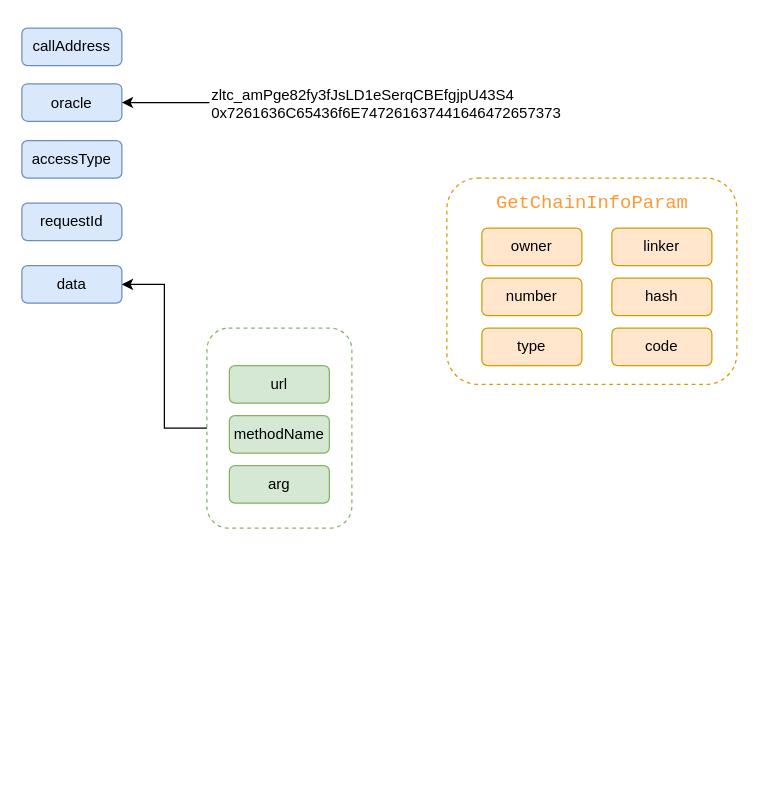
CamilleZxt/asset keeps this draw.io diagram as 预言机方案跨链协议.drawio. Above is the earlier version. Source tidied: cells renumbered, new cells numbered last; positions are measured from the earlier drawing's top-left corner, leaving out a move shared by most shapes. Both pictures are drawn from the tidied source at 125%, with x=0, y=0 at pixel (21, 28).
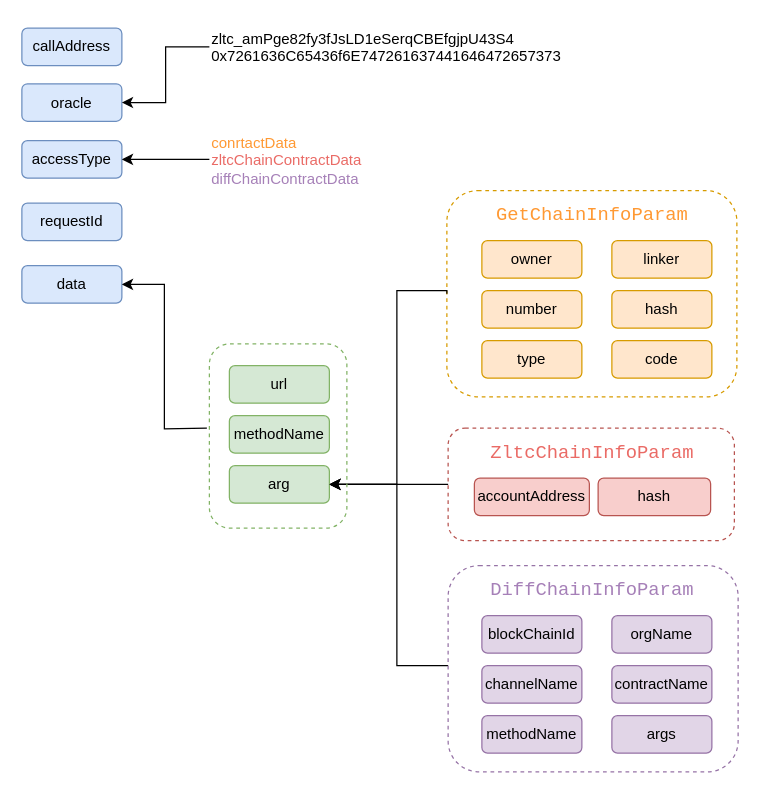
Above is the later version.

Commit message (it also covers changes not shown here):
更新预言机方案跨链协议.drawio

The change refers to these unchanged cells:
```xml
<mxCell id="4" value="&lt;span style=&quot;text-align: left;&quot;&gt;accessType&lt;/span&gt;" style="rounded=1;whiteSpace=wrap;html=1;labelBackgroundColor=none;fillColor=#dae8fc;strokeColor=#6c8ebf;" parent="1" vertex="1">
  <mxGeometry y="90" width="80" height="30" as="geometry" />
</mxCell>
<mxCell id="6" value="&lt;span style=&quot;text-align: left;&quot;&gt;data&lt;/span&gt;" style="rounded=1;whiteSpace=wrap;html=1;labelBackgroundColor=none;fillColor=#dae8fc;strokeColor=#6c8ebf;" parent="1" vertex="1">
  <mxGeometry y="190" width="80" height="30" as="geometry" />
</mxCell>
<mxCell id="19" style="rounded=1;whiteSpace=wrap;html=1;labelBackgroundColor=none;dashed=1;strokeColor=#d79b00;fillColor=none;" parent="16" vertex="1">
  <mxGeometry y="10" width="232" height="165" as="geometry" />
</mxCell>
```

What changed in the source:
```diff
@@
     <mxCell id="8" value="zltc_amPge82fy3fJsLD1eSerqCBEfgjpU43S4&lt;br&gt;0x7261636C65436f6E747261637441646472657373" style="text;whiteSpace=wrap;html=1;fontColor=default;" parent="1" vertex="1">
-      <mxGeometry x="150" y="39.5" width="280" height="40" as="geometry" />
+      <mxGeometry x="150" y="-5" width="280" height="40" as="geometry" />
     </mxCell>
-    <mxCell id="9" style="group;" parent="1" vertex="1">
-      <mxGeometry x="150" y="240" width="116" height="160" as="geometry" />
-    </mxCell>
-    <mxCell id="10" value="&lt;span style=&quot;text-align: left;&quot;&gt;url&lt;/span&gt;" style="rounded=1;whiteSpace=wrap;html=1;labelBackgroundColor=none;fillColor=#d5e8d4;strokeColor=#82b366;" parent="9" vertex="1">
-      <mxGeometry x="16" y="30" width="80" height="30" as="geometry" />
-    </mxCell>
-    <mxCell id="11" value="&lt;span style=&quot;text-align: left;&quot;&gt;methodName&lt;/span&gt;" style="rounded=1;whiteSpace=wrap;html=1;labelBackgroundColor=none;fillColor=#d5e8d4;strokeColor=#82b366;" parent="9" vertex="1">
-      <mxGeometry x="16" y="70" width="80" height="30" as="geometry" />
-    </mxCell>
-    <mxCell id="12" value="&lt;span style=&quot;text-align: left;&quot;&gt;arg&lt;/span&gt;" style="rounded=1;whiteSpace=wrap;html=1;labelBackgroundColor=none;fillColor=#d5e8d4;strokeColor=#82b366;" parent="9" vertex="1">
-      <mxGeometry x="16" y="110" width="80" height="30" as="geometry" />
-    </mxCell>
-    <mxCell id="13" style="rounded=1;whiteSpace=wrap;html=1;labelBackgroundColor=none;dashed=1;strokeColor=#82B366;fillColor=none;" parent="9" vertex="1">
-      <mxGeometry x="-2" width="116" height="160" as="geometry" />
-    </mxCell>
-    <mxCell id="14" style="edgeStyle=orthogonalEdgeStyle;rounded=0;jettySize=auto;html=1;entryX=1;entryY=0.5;entryDx=0;entryDy=0;fontColor=default;" parent="1" edge="1" source="13" target="6">
-      <mxGeometry relative="1" as="geometry" />
+    <mxCell id="14" style="edgeStyle=orthogonalEdgeStyle;rounded=0;jettySize=auto;html=1;entryX=1;entryY=0.5;entryDx=0;entryDy=0;fontColor=default;" parent="1" edge="1" target="6">
+      <mxGeometry relative="1" as="geometry">
+        <mxPoint x="148" y="320" as="sourcePoint" />
+      </mxGeometry>
     </mxCell>
     <mxCell id="15" value="&lt;pre style=&quot;background-color:#2b2b2b;color:#a9b7c6;font-family:'Consolas',monospace;font-size:11.3pt;&quot;&gt;&lt;br&gt;&lt;/pre&gt;" style="text;whiteSpace=wrap;html=1;fontColor=default;" parent="1" vertex="1">
-      <mxGeometry x="328" y="130" width="112" height="50" as="geometry" />
+      <mxGeometry x="328" y="170" width="112" height="50" as="geometry" />
     </mxCell>
     <mxCell id="16" style="group;" parent="1" vertex="1">
-      <mxGeometry x="340" y="110" width="232" height="175" as="geometry" />
+      <mxGeometry x="340" y="120" width="232" height="175" as="geometry" />
     </mxCell>
@@
+    <mxCell id="25" style="edgeStyle=orthogonalEdgeStyle;rounded=0;jettySize=auto;html=1;exitX=0;exitY=0.5;exitDx=0;exitDy=0;fontColor=#000000;entryX=1;entryY=0.5;entryDx=0;entryDy=0;" parent="1" edge="1" source="19" target="12">
+      <mxGeometry relative="1" as="geometry">
+        <Array as="points">
+          <mxPoint x="340" y="210" />
+          <mxPoint x="300" y="210" />
+          <mxPoint x="300" y="365" />
+        </Array>
+      </mxGeometry>
+    </mxCell>
+    <mxCell id="10" value="&lt;span style=&quot;text-align: left;&quot;&gt;url&lt;/span&gt;" style="rounded=1;whiteSpace=wrap;html=1;labelBackgroundColor=none;fillColor=#d5e8d4;strokeColor=#82b366;" parent="1" vertex="1">
+      <mxGeometry x="166" y="270" width="80" height="30" as="geometry" />
+    </mxCell>
+    <mxCell id="11" value="&lt;span style=&quot;text-align: left;&quot;&gt;methodName&lt;/span&gt;" style="rounded=1;whiteSpace=wrap;html=1;labelBackgroundColor=none;fillColor=#d5e8d4;strokeColor=#82b366;" parent="1" vertex="1">
+      <mxGeometry x="166" y="310" width="80" height="30" as="geometry" />
+    </mxCell>
+    <mxCell id="12" value="&lt;span style=&quot;text-align: left;&quot;&gt;arg&lt;/span&gt;" style="rounded=1;whiteSpace=wrap;html=1;labelBackgroundColor=none;fillColor=#d5e8d4;strokeColor=#82b366;" parent="1" vertex="1">
+      <mxGeometry x="166" y="350" width="80" height="30" as="geometry" />
+    </mxCell>
+    <mxCell id="26" style="edgeStyle=orthogonalEdgeStyle;rounded=0;jettySize=auto;html=1;entryX=1;entryY=0.5;entryDx=0;entryDy=0;fontColor=#EA6B66;" parent="1" edge="1" source="36" target="12">
+      <mxGeometry relative="1" as="geometry">
+        <Array as="points">
+          <mxPoint x="300" y="510" />
+          <mxPoint x="300" y="365" />
+        </Array>
+      </mxGeometry>
+    </mxCell>
+    <mxCell id="27" style="group;" parent="1" vertex="1">
+      <mxGeometry x="341" y="310" width="229" height="100" as="geometry" />
+    </mxCell>
+    <mxCell id="28" value="&lt;span style=&quot;text-align: left;&quot;&gt;accountAddress&lt;/span&gt;" style="rounded=1;whiteSpace=wrap;html=1;labelBackgroundColor=none;fillColor=#f8cecc;strokeColor=#b85450;" parent="27" vertex="1">
+      <mxGeometry x="21" y="50" width="92" height="30" as="geometry" />
+    </mxCell>
+    <mxCell id="29" value="&lt;pre style=&quot;font-family: Consolas, monospace; font-size: 11.3pt;&quot;&gt;&lt;pre style=&quot;font-family: Consolas, monospace; font-size: 11.3pt;&quot;&gt;&lt;font style=&quot;&quot; color=&quot;#ea6b66&quot;&gt;ZltcChainInfoParam&lt;/font&gt;&lt;/pre&gt;&lt;/pre&gt;" style="text;html=1;align=center;verticalAlign=middle;strokeColor=none;fillColor=none;dashed=1;labelBackgroundColor=none;" parent="27" vertex="1">
+      <mxGeometry x="30" width="170" height="60" as="geometry" />
+    </mxCell>
+    <mxCell id="30" value="&lt;div style=&quot;text-align: left;&quot;&gt;hash&lt;/div&gt;" style="rounded=1;whiteSpace=wrap;html=1;labelBackgroundColor=none;fillColor=#f8cecc;strokeColor=#b85450;" parent="27" vertex="1">
+      <mxGeometry x="120" y="50" width="90" height="30" as="geometry" />
+    </mxCell>
+    <mxCell id="31" style="rounded=1;whiteSpace=wrap;html=1;dashed=1;labelBackgroundColor=none;strokeColor=#b85450;fillColor=none;" parent="27" vertex="1">
+      <mxGeometry y="10" width="229" height="90" as="geometry" />
+    </mxCell>
+    <mxCell id="32" style="edgeStyle=orthogonalEdgeStyle;rounded=0;jettySize=auto;html=1;fontColor=#EA6B66;" parent="1" edge="1" source="31" target="12">
+      <mxGeometry relative="1" as="geometry">
+        <Array as="points">
+          <mxPoint x="310" y="365" />
+          <mxPoint x="310" y="365" />
+        </Array>
+      </mxGeometry>
+    </mxCell>
+    <mxCell id="33" style="group;" parent="1" vertex="1">
+      <mxGeometry x="341" y="420" width="232" height="175" as="geometry" />
+    </mxCell>
+    <mxCell id="34" value="&lt;span style=&quot;text-align: left;&quot;&gt;blockChainId&lt;/span&gt;" style="rounded=1;whiteSpace=wrap;html=1;labelBackgroundColor=none;fillColor=#e1d5e7;strokeColor=#9673a6;" parent="33" vertex="1">
+      <mxGeometry x="27" y="50" width="80" height="30" as="geometry" />
+    </mxCell>
+    <mxCell id="35" value="&lt;span style=&quot;text-align: left;&quot;&gt;channelName&lt;/span&gt;" style="rounded=1;whiteSpace=wrap;html=1;labelBackgroundColor=none;fillColor=#e1d5e7;strokeColor=#9673a6;" parent="33" vertex="1">
+      <mxGeometry x="27" y="90" width="80" height="30" as="geometry" />
+    </mxCell>
+    <mxCell id="36" style="rounded=1;whiteSpace=wrap;html=1;labelBackgroundColor=none;dashed=1;strokeColor=#9673a6;fillColor=none;" parent="33" vertex="1">
+      <mxGeometry y="10" width="232" height="165" as="geometry" />
+    </mxCell>
+    <mxCell id="37" value="&lt;pre style=&quot;font-family: Consolas, monospace; font-size: 11.3pt;&quot;&gt;&lt;font color=&quot;#a680b8&quot;&gt;DiffChainInfoParam&lt;/font&gt;&lt;/pre&gt;" style="text;html=1;align=center;verticalAlign=middle;strokeColor=none;fillColor=none;dashed=1;labelBackgroundColor=none;" parent="33" vertex="1">
+      <mxGeometry x="30" width="170" height="60" as="geometry" />
+    </mxCell>
+    <mxCell id="38" value="&lt;div style=&quot;text-align: left;&quot;&gt;contractName&lt;/div&gt;" style="rounded=1;whiteSpace=wrap;html=1;labelBackgroundColor=none;fillColor=#e1d5e7;strokeColor=#9673a6;" parent="33" vertex="1">
+      <mxGeometry x="131" y="90" width="80" height="30" as="geometry" />
+    </mxCell>
+    <mxCell id="39" value="&lt;div style=&quot;text-align: left;&quot;&gt;methodName&lt;/div&gt;" style="rounded=1;whiteSpace=wrap;html=1;labelBackgroundColor=none;fillColor=#e1d5e7;strokeColor=#9673a6;" parent="33" vertex="1">
+      <mxGeometry x="27" y="130" width="80" height="30" as="geometry" />
+    </mxCell>
+    <mxCell id="40" value="&lt;div style=&quot;text-align: left;&quot;&gt;orgName&lt;/div&gt;" style="rounded=1;whiteSpace=wrap;html=1;labelBackgroundColor=none;fillColor=#e1d5e7;strokeColor=#9673a6;" parent="33" vertex="1">
+      <mxGeometry x="131" y="50" width="80" height="30" as="geometry" />
+    </mxCell>
+    <mxCell id="41" value="&lt;div style=&quot;text-align: left;&quot;&gt;args&lt;/div&gt;" style="rounded=1;whiteSpace=wrap;html=1;labelBackgroundColor=none;fillColor=#e1d5e7;strokeColor=#9673a6;" parent="33" vertex="1">
+      <mxGeometry x="131" y="130" width="80" height="30" as="geometry" />
+    </mxCell>
+    <mxCell id="42" style="edgeStyle=orthogonalEdgeStyle;rounded=0;jettySize=auto;html=1;entryX=1;entryY=0.5;entryDx=0;entryDy=0;fontColor=#A680B8;" parent="1" edge="1" source="43" target="4">
+      <mxGeometry relative="1" as="geometry" />
+    </mxCell>
+    <mxCell id="43" value="&lt;font color=&quot;#ff9933&quot;&gt;conrtactData&lt;br&gt;&lt;/font&gt;&lt;font color=&quot;#ea6b66&quot;&gt;zltcChainContractData&lt;br&gt;&lt;/font&gt;&lt;font color=&quot;#a680b8&quot;&gt;diffChainContractData&lt;/font&gt;" style="text;whiteSpace=wrap;html=1;fontColor=default;" parent="1" vertex="1">
+      <mxGeometry x="150" y="77.5" width="230" height="55" as="geometry" />
+    </mxCell>
+    <mxCell id="44" style="rounded=1;whiteSpace=wrap;html=1;dashed=1;labelBackgroundColor=none;strokeColor=#82b366;fillColor=none;" parent="1" vertex="1">
+      <mxGeometry x="150" y="252.5" width="110" height="147.5" as="geometry" />
+    </mxCell>
```
